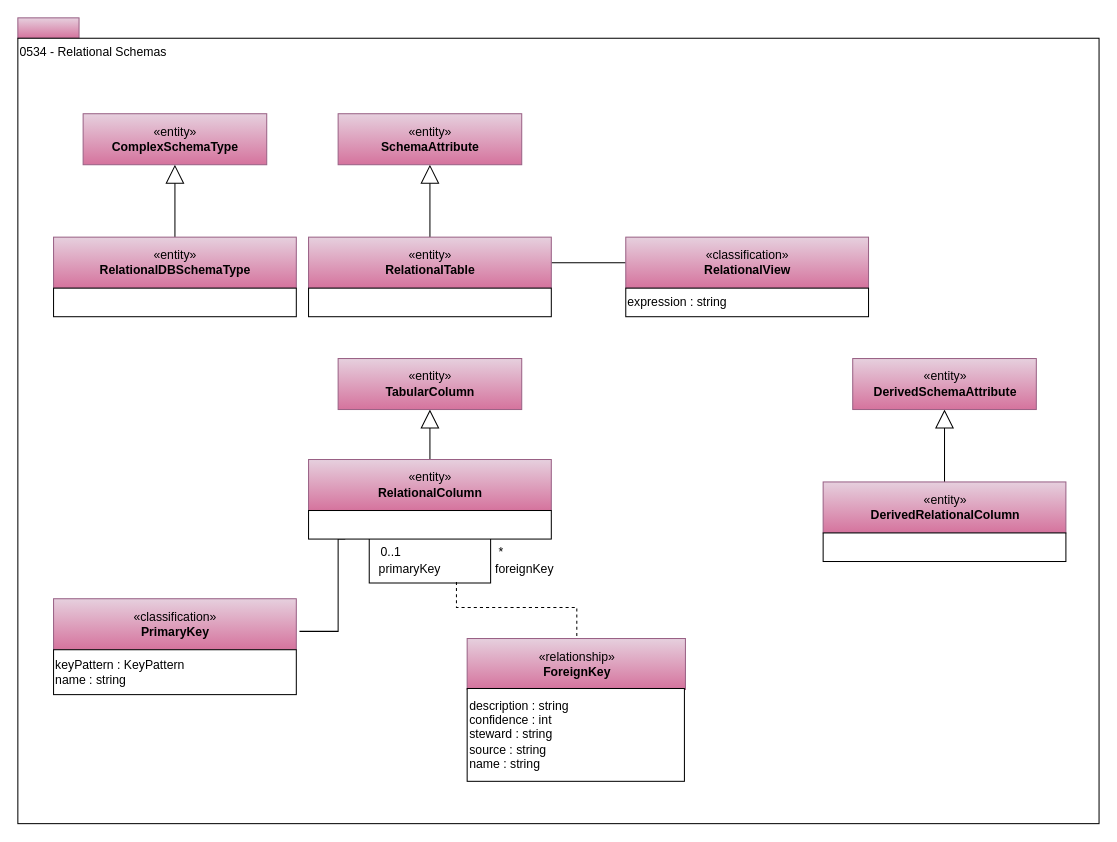
The draw.io diagram page "0534-Relational-Schemas" (13 of 24) of open-metadata-publication/website/open-metadata-types/area-5-models-and-schema.drawio in planetf1/egeria, before the edit. Source tidied: cells renumbered, new cells numbered last; positions are measured from the earlier drawing's top-left corner, leaving out a move shared by most shapes. Both pictures are drawn from the tidied source at 102%, with x=0, y=0 at pixel (17, 17).
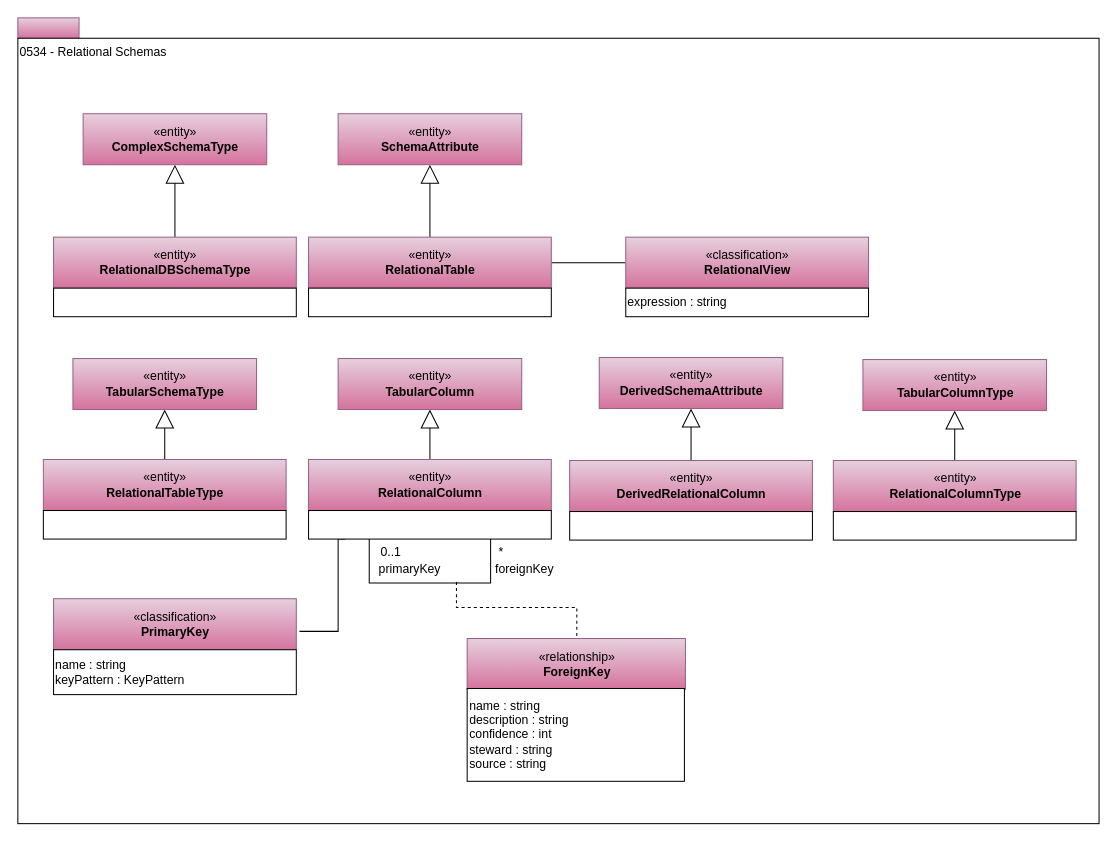
The same page after the edit.

Unchanged cells that the change refers to:
```xml
<mxCell id="33" style="group;" parent="1" vertex="1">
  <mxGeometry x="35" y="569.5" width="238" height="94" as="geometry" />
</mxCell>
<mxCell id="36" style="group;" parent="1" vertex="1">
  <mxGeometry x="440.5" y="608.5" width="214" height="140" as="geometry" />
</mxCell>
```

Change to the diagram source:
```diff
@@
     <mxCell id="17" value="«entity»&lt;br&gt;&lt;b&gt;DerivedSchemaAttribute&lt;/b&gt;" style="html=1;strokeColor=#996185;align=center;fillColor=#e6d0de;gradientColor=#d5739d;" parent="1" vertex="1">
-      <mxGeometry x="818.5" y="334" width="180" height="50" as="geometry" />
+      <mxGeometry x="570" y="333" width="180" height="50" as="geometry" />
     </mxCell>
@@
-    <mxCell id="35" value="keyPattern : KeyPattern&lt;br&gt;name : string" style="rounded=0;whiteSpace=wrap;html=1;strokeColor=#000000;gradientColor=#ffffff;align=left;" parent="33" vertex="1">
+    <mxCell id="35" value="name : string&lt;br&gt;keyPattern : KeyPattern" style="rounded=0;whiteSpace=wrap;html=1;strokeColor=#000000;gradientColor=#ffffff;align=left;" parent="33" vertex="1">
       <mxGeometry y="50" width="238" height="44" as="geometry" />
     </mxCell>
@@
-    <mxCell id="38" value="&lt;div style=&quot;text-align: left&quot;&gt;description : string&lt;/div&gt;&lt;div style=&quot;text-align: left&quot;&gt;confidence : int&lt;/div&gt;&lt;div style=&quot;text-align: left&quot;&gt;steward : string&lt;/div&gt;&lt;div style=&quot;text-align: left&quot;&gt;source : string&lt;/div&gt;&lt;div style=&quot;text-align: left&quot;&gt;name : string&lt;/div&gt;" style="rounded=0;whiteSpace=wrap;html=1;strokeColor=#000000;gradientColor=#ffffff;align=left;" parent="36" vertex="1">
+    <mxCell id="38" value="name : string&lt;div style=&quot;text-align: left&quot;&gt;description : string&lt;/div&gt;&lt;div style=&quot;text-align: left&quot;&gt;confidence : int&lt;/div&gt;&lt;div style=&quot;text-align: left&quot;&gt;steward : string&lt;/div&gt;&lt;div style=&quot;text-align: left&quot;&gt;source : string&lt;/div&gt;" style="rounded=0;whiteSpace=wrap;html=1;strokeColor=#000000;gradientColor=#ffffff;align=left;" parent="36" vertex="1">
       <mxGeometry y="49" width="213" height="91" as="geometry" />
     </mxCell>
     <mxCell id="39" style="group;" parent="1" vertex="1">
-      <mxGeometry x="789.5" y="455" width="238" height="78" as="geometry" />
+      <mxGeometry x="541" y="434" width="238" height="78" as="geometry" />
     </mxCell>
@@
+    <mxCell id="42" style="edgeStyle=orthogonalEdgeStyle;rounded=0;jettySize=auto;html=1;exitX=0.5;exitY=0;exitDx=0;exitDy=0;entryX=0.5;entryY=1;entryDx=0;entryDy=0;startSize=6;endArrow=block;endFill=0;endSize=16;" parent="1" edge="1" source="45" target="43">
+      <mxGeometry relative="1" as="geometry" />
+    </mxCell>
+    <mxCell id="43" value="«entity»&lt;br&gt;&lt;b&gt;TabularSchemaType&lt;/b&gt;" style="html=1;strokeColor=#996185;align=center;fillColor=#e6d0de;gradientColor=#d5739d;" parent="1" vertex="1">
+      <mxGeometry x="54" y="334" width="180" height="50" as="geometry" />
+    </mxCell>
+    <mxCell id="44" style="group;" parent="1" vertex="1">
+      <mxGeometry x="25" y="433" width="238" height="78" as="geometry" />
+    </mxCell>
+    <mxCell id="45" value="«entity»&lt;br&gt;&lt;b&gt;RelationalTableType&lt;/b&gt;" style="html=1;strokeColor=#996185;align=center;fillColor=#e6d0de;gradientColor=#d5739d;" parent="44" vertex="1">
+      <mxGeometry width="238" height="50" as="geometry" />
+    </mxCell>
+    <mxCell id="46" style="rounded=0;whiteSpace=wrap;html=1;strokeColor=#000000;gradientColor=#ffffff;align=left;" parent="44" vertex="1">
+      <mxGeometry y="50" width="238" height="28" as="geometry" />
+    </mxCell>
+    <mxCell id="47" style="edgeStyle=orthogonalEdgeStyle;rounded=0;jettySize=auto;html=1;exitX=0.5;exitY=0;exitDx=0;exitDy=0;entryX=0.5;entryY=1;entryDx=0;entryDy=0;startSize=6;endArrow=block;endFill=0;endSize=16;" parent="1" edge="1" source="50" target="48">
+      <mxGeometry relative="1" as="geometry" />
+    </mxCell>
+    <mxCell id="48" value="«entity»&lt;br&gt;&lt;b&gt;TabularColumnType&lt;/b&gt;" style="html=1;strokeColor=#996185;align=center;fillColor=#e6d0de;gradientColor=#d5739d;" parent="1" vertex="1">
+      <mxGeometry x="828.5" y="335" width="180" height="50" as="geometry" />
+    </mxCell>
+    <mxCell id="49" style="group;" parent="1" vertex="1">
+      <mxGeometry x="799.5" y="434" width="238" height="78" as="geometry" />
+    </mxCell>
+    <mxCell id="50" value="«entity»&lt;br&gt;&lt;b&gt;RelationalColumnType&lt;/b&gt;" style="html=1;strokeColor=#996185;align=center;fillColor=#e6d0de;gradientColor=#d5739d;" parent="49" vertex="1">
+      <mxGeometry width="238" height="50" as="geometry" />
+    </mxCell>
+    <mxCell id="51" style="rounded=0;whiteSpace=wrap;html=1;strokeColor=#000000;gradientColor=#ffffff;align=left;" parent="49" vertex="1">
+      <mxGeometry y="50" width="238" height="28" as="geometry" />
+    </mxCell>
```
